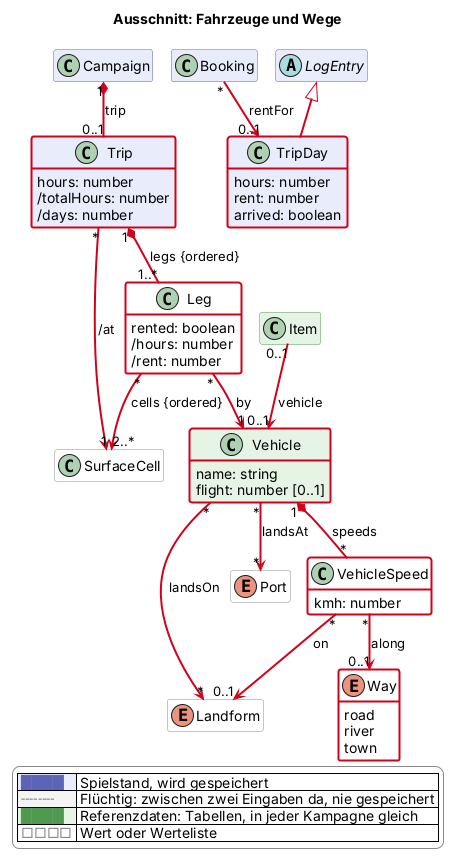
Before: docs/views/logistik.png, a diagram exported from PlantUML (scuzzar/SRE).
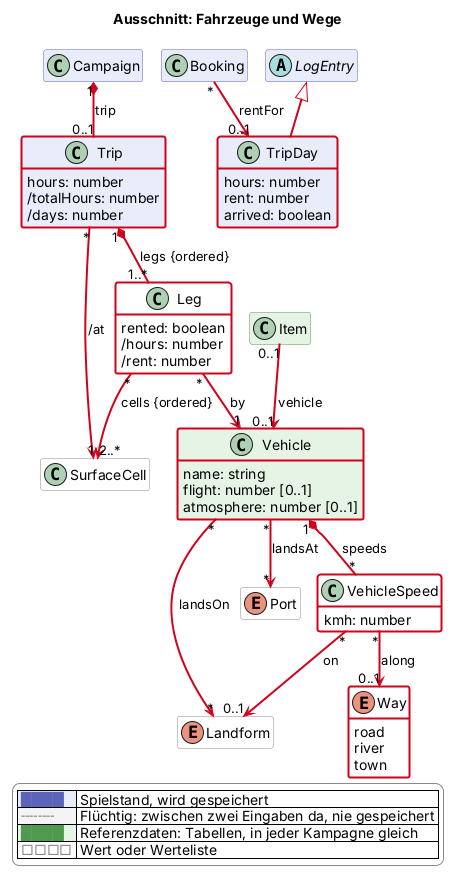
The same diagram one commit later.

Change to the diagram source:
```diff
@@ -82,6 +82,7 @@
   class Vehicle <<reference>> $logistik $newClass("2026-11-15") {
     name: string
     flight: number [0..1]
+    atmosphere: number [0..1]
   }
   class VehicleSpeed <<value>> $logistik $newClass("2026-11-15") {
     kmh: number
```
